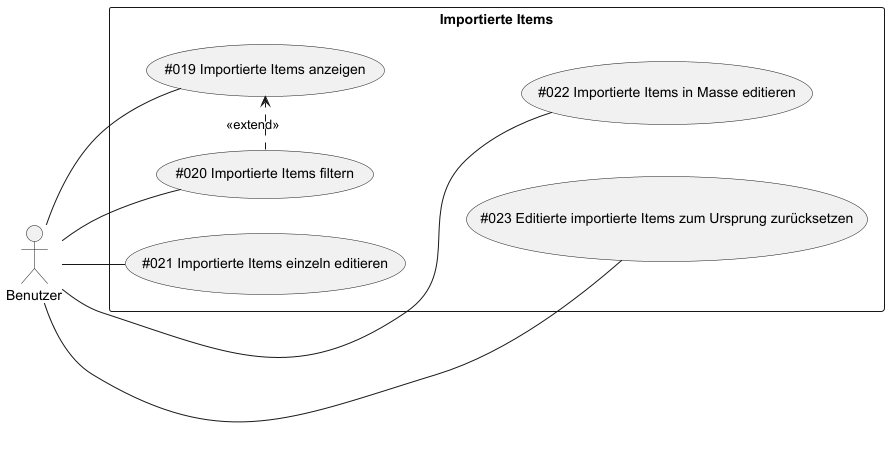
This is data-integration-documentation/src/main/images/usecases/items.png from TuncerCatalkaya/data-integration, a PlantUML export, as it was before one commit.
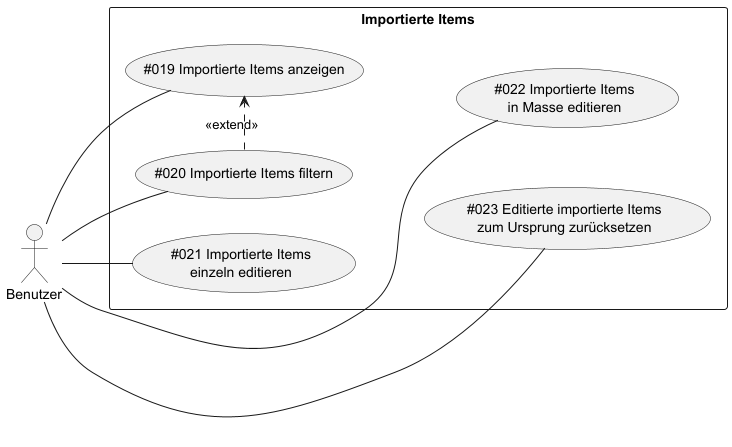
After the commit.

What changed in the source:
```diff
@@ -6,9 +6,9 @@
 rectangle "Importierte Items" {
     (#019 Importierte Items anzeigen) as (UC19)
     (#020 Importierte Items filtern) as (UC20)
-    (#021 Importierte Items einzeln editieren) as (UC21)
-    (#022 Importierte Items in Masse editieren) as (UC22)
-    (#023 Editierte importierte Items zum Ursprung zurücksetzen) as (UC23)
+    (#021 Importierte Items\neinzeln editieren) as (UC21)
+    (#022 Importierte Items\nin Masse editieren) as (UC22)
+    (#023 Editierte importierte Items\nzum Ursprung zurücksetzen) as (UC23)
 }
 
 Actor1 -- (UC19)
```
